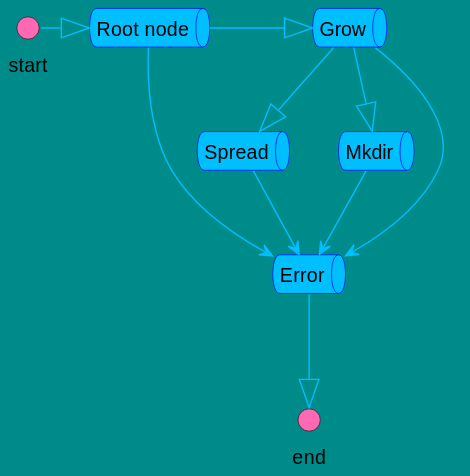
ddddddO/gtree keeps this PlantUML diagram as process.svg. Above is the earlier version.
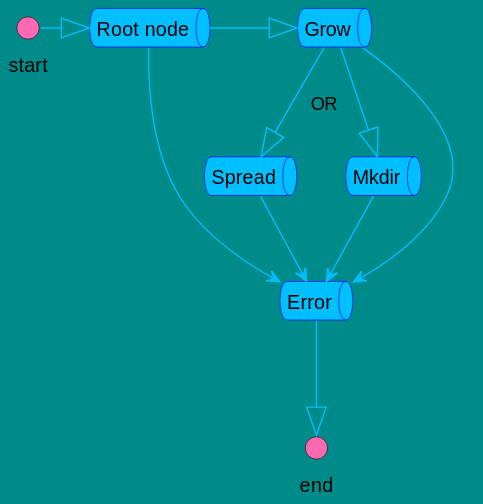
The same file after the commit.

The edit, as a diff of the source:
```diff
@@ -19,7 +19,7 @@
 
 start -|> root
 root -|> growing
-growing --|> spreading
+growing --|> spreading: "  OR"
 growing --|> mkdiring
 
 root --> err
```
